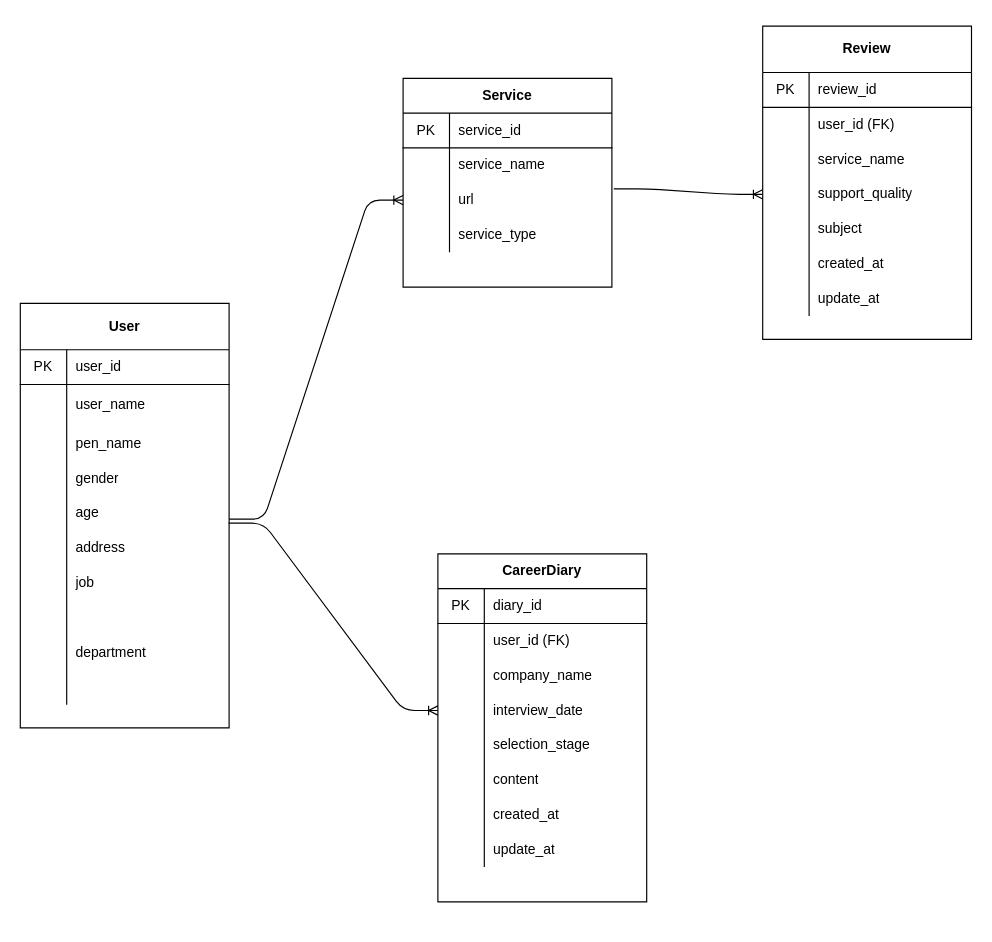
Earlier version of the draw.io diagram venv_private_diary/private_diary/設計図/ER.drawio (kotaro-777/CARICOMI). Source tidied: cells renumbered, new cells numbered last; positions are measured from the earlier drawing's top-left corner, leaving out a move shared by most shapes. Both pictures are drawn from the tidied source at 116%, with x=0, y=0 at pixel (20, 26).
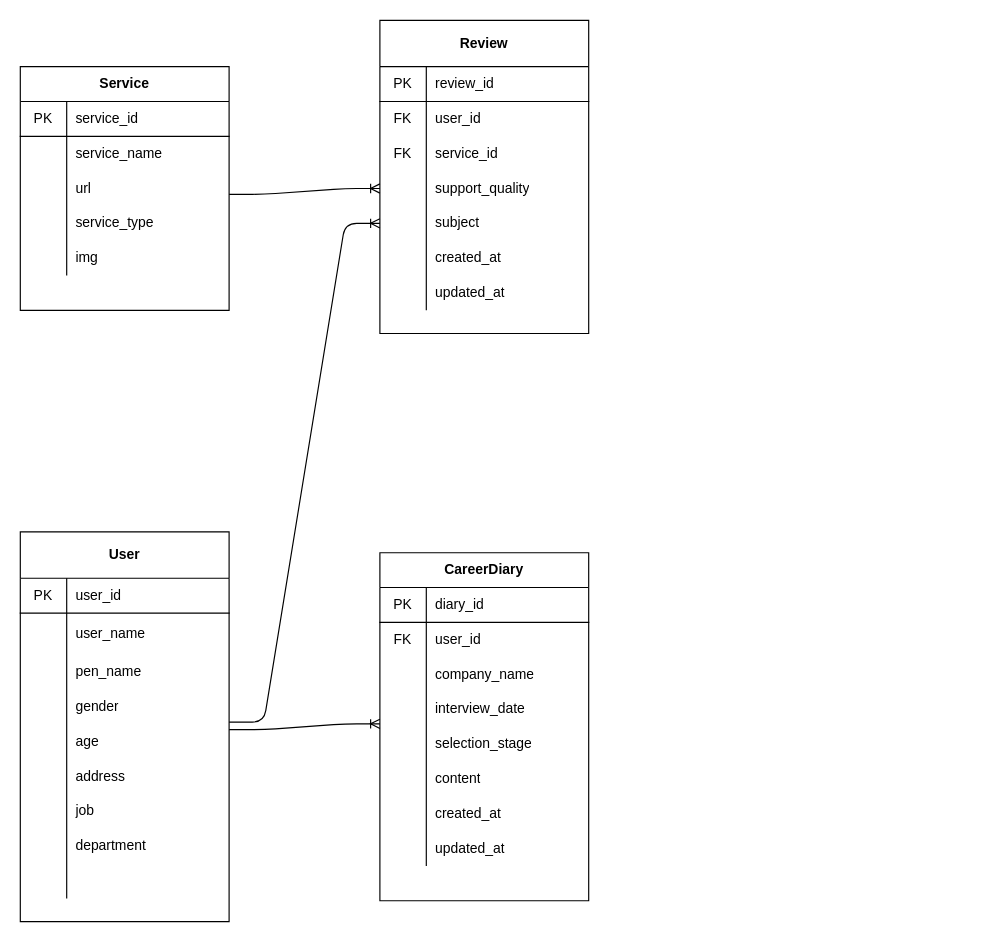
Above is the later version.

Unchanged cells that the change refers to:
```xml
<mxCell id="9" style="shape=partialRectangle;html=1;whiteSpace=wrap;fillColor=none;top=0;left=0;bottom=0;right=0;points=[[0,0.5],[1,0.5]];portConstraint=eastwest;" parent="2" vertex="1">
  <mxGeometry y="90" width="180" height="30" as="geometry" />
</mxCell>
<mxCell id="19" style="shape=partialRectangle;html=1;whiteSpace=wrap;fillColor=none;top=0;left=0;bottom=0;right=0;" parent="15" vertex="1">
  <mxGeometry y="70" width="180" height="30" as="geometry" />
</mxCell>
<mxCell id="22" style="shape=partialRectangle;html=1;whiteSpace=wrap;fillColor=none;top=0;left=0;bottom=0;right=0;" parent="15" vertex="1">
  <mxGeometry y="100" width="180" height="30" as="geometry" />
</mxCell>
<mxCell id="25" style="shape=partialRectangle;html=1;whiteSpace=wrap;fillColor=none;top=0;left=0;bottom=0;right=0;points=[[0,0.5],[1,0.5]];portConstraint=eastwest;" parent="15" vertex="1">
  <mxGeometry y="130" width="180" height="30" as="geometry" />
</mxCell>
<mxCell id="28" style="shape=partialRectangle;html=1;whiteSpace=wrap;fillColor=none;top=0;left=0;bottom=0;right=0;points=[[0,0.5],[1,0.5]];portConstraint=eastwest;" parent="15" vertex="1">
  <mxGeometry y="160" width="180" height="30" as="geometry" />
</mxCell>
<mxCell id="34" style="shape=partialRectangle;html=1;whiteSpace=wrap;fillColor=none;top=0;left=0;bottom=0;right=0;" parent="15" vertex="1">
  <mxGeometry y="220" width="180" height="30" as="geometry" />
</mxCell>
<mxCell id="41" style="shape=partialRectangle;html=1;whiteSpace=wrap;fillColor=none;top=0;left=0;bottom=0;right=0;" parent="37" vertex="1">
  <mxGeometry y="60" width="180" height="30" as="geometry" />
</mxCell>
<mxCell id="47" style="shape=partialRectangle;html=1;whiteSpace=wrap;fillColor=none;top=0;left=0;bottom=0;right=0;points=[[0,0.5],[1,0.5]];portConstraint=eastwest;" parent="37" vertex="1">
  <mxGeometry y="120" width="180" height="30" as="geometry" />
</mxCell>
<mxCell id="59" style="shape=partialRectangle;html=1;whiteSpace=wrap;fillColor=none;top=0;left=0;bottom=0;right=0;" parent="37" vertex="1">
  <mxGeometry y="240" width="180" height="30" as="geometry" />
</mxCell>
<mxCell id="75" style="shape=partialRectangle;html=1;whiteSpace=wrap;fillColor=none;top=0;left=0;bottom=0;right=0;points=[[0,0.5],[1,0.5]];portConstraint=eastwest;" parent="62" vertex="1">
  <mxGeometry y="166" width="180" height="30" as="geometry" />
</mxCell>
```

Change to the diagram source:
```diff
@@
     <mxCell id="2" value="Service" style="shape=table;html=1;whiteSpace=wrap;startSize=30;childLayout=tableLayout;rowLines=0;fontStyle=1;align=center;" parent="1" vertex="1">
-      <mxGeometry x="330" y="45" width="180" height="180" as="geometry" />
+      <mxGeometry y="35" width="180" height="210" as="geometry" />
     </mxCell>
@@
+    <mxCell id="96" style="shape=partialRectangle;html=1;whiteSpace=wrap;fillColor=none;top=0;left=0;bottom=0;right=0;" parent="2" vertex="1">
+      <mxGeometry y="150" width="180" height="30" as="geometry" />
+    </mxCell>
+    <mxCell id="85" style="shape=partialRectangle;html=1;whiteSpace=wrap;fillColor=none;top=0;left=0;bottom=0;right=0;overflow=hidden;" parent="96" vertex="1">
+      <mxGeometry width="40" height="30" as="geometry" />
+    </mxCell>
+    <mxCell id="97" value="img" style="shape=partialRectangle;html=1;whiteSpace=wrap;fillColor=none;top=0;left=0;bottom=0;right=0;align=left;spacingLeft=6;overflow=hidden;" parent="96" vertex="1">
+      <mxGeometry x="40" width="140" height="30" as="geometry" />
+    </mxCell>
     <mxCell id="15" value="Review" style="shape=table;html=1;whiteSpace=wrap;startSize=40;childLayout=tableLayout;rowLines=0;fontStyle=1;align=center;" parent="1" vertex="1">
-      <mxGeometry x="640" width="180" height="270" as="geometry" />
+      <mxGeometry x="310" y="-5" width="180" height="270" as="geometry" />
     </mxCell>
@@
-    <mxCell id="20" style="shape=partialRectangle;html=1;whiteSpace=wrap;fillColor=none;top=0;left=0;bottom=0;right=0;overflow=hidden;" parent="19" vertex="1">
+    <mxCell id="20" value="FK" style="shape=partialRectangle;html=1;whiteSpace=wrap;fillColor=none;top=0;left=0;bottom=0;right=0;overflow=hidden;" parent="19" vertex="1">
       <mxGeometry width="40" height="30" as="geometry" />
     </mxCell>
-    <mxCell id="21" value="user_id (FK)" style="shape=partialRectangle;html=1;whiteSpace=wrap;fillColor=none;top=0;left=0;bottom=0;right=0;align=left;spacingLeft=6;overflow=hidden;" parent="19" vertex="1">
+    <mxCell id="21" value="user_id&amp;nbsp;" style="shape=partialRectangle;html=1;whiteSpace=wrap;fillColor=none;top=0;left=0;bottom=0;right=0;align=left;spacingLeft=6;overflow=hidden;" parent="19" vertex="1">
       <mxGeometry x="40" width="140" height="30" as="geometry" />
     </mxCell>
@@
-    <mxCell id="23" style="shape=partialRectangle;html=1;whiteSpace=wrap;fillColor=none;top=0;left=0;bottom=0;right=0;overflow=hidden;" parent="22" vertex="1">
+    <mxCell id="23" value="FK" style="shape=partialRectangle;html=1;whiteSpace=wrap;fillColor=none;top=0;left=0;bottom=0;right=0;overflow=hidden;" parent="22" vertex="1">
       <mxGeometry width="40" height="30" as="geometry" />
     </mxCell>
-    <mxCell id="24" value="service_name" style="shape=partialRectangle;html=1;whiteSpace=wrap;fillColor=none;top=0;left=0;bottom=0;right=0;align=left;spacingLeft=6;overflow=hidden;" parent="22" vertex="1">
+    <mxCell id="24" value="service_id" style="shape=partialRectangle;html=1;whiteSpace=wrap;fillColor=none;top=0;left=0;bottom=0;right=0;align=left;spacingLeft=6;overflow=hidden;" parent="22" vertex="1">
       <mxGeometry x="40" width="140" height="30" as="geometry" />
     </mxCell>
@@
-    <mxCell id="36" value="update_at" style="shape=partialRectangle;html=1;whiteSpace=wrap;fillColor=none;top=0;left=0;bottom=0;right=0;align=left;spacingLeft=6;overflow=hidden;" parent="34" vertex="1">
+    <mxCell id="36" value="updated_at" style="shape=partialRectangle;html=1;whiteSpace=wrap;fillColor=none;top=0;left=0;bottom=0;right=0;align=left;spacingLeft=6;overflow=hidden;" parent="34" vertex="1">
       <mxGeometry x="40" width="140" height="30" as="geometry" />
     </mxCell>
     <mxCell id="37" value="CareerDiary" style="shape=table;html=1;whiteSpace=wrap;startSize=30;childLayout=tableLayout;rowLines=0;fontStyle=1;align=center;" parent="1" vertex="1">
-      <mxGeometry x="360" y="455" width="180" height="300" as="geometry" />
+      <mxGeometry x="310" y="454" width="180" height="300" as="geometry" />
     </mxCell>
@@
-    <mxCell id="42" style="shape=partialRectangle;html=1;whiteSpace=wrap;fillColor=none;top=0;left=0;bottom=0;right=0;overflow=hidden;" parent="41" vertex="1">
+    <mxCell id="42" value="FK" style="shape=partialRectangle;html=1;whiteSpace=wrap;fillColor=none;top=0;left=0;bottom=0;right=0;overflow=hidden;" parent="41" vertex="1">
       <mxGeometry width="40" height="30" as="geometry" />
     </mxCell>
-    <mxCell id="43" value="user_id (FK)" style="shape=partialRectangle;html=1;whiteSpace=wrap;fillColor=none;top=0;left=0;bottom=0;right=0;align=left;spacingLeft=6;overflow=hidden;" parent="41" vertex="1">
+    <mxCell id="43" value="user_id&amp;nbsp;" style="shape=partialRectangle;html=1;whiteSpace=wrap;fillColor=none;top=0;left=0;bottom=0;right=0;align=left;spacingLeft=6;overflow=hidden;" parent="41" vertex="1">
       <mxGeometry x="40" width="140" height="30" as="geometry" />
     </mxCell>
@@
-    <mxCell id="61" value="update_at" style="shape=partialRectangle;html=1;whiteSpace=wrap;fillColor=none;top=0;left=0;bottom=0;right=0;align=left;spacingLeft=6;overflow=hidden;" parent="59" vertex="1">
+    <mxCell id="61" value="updated_at" style="shape=partialRectangle;html=1;whiteSpace=wrap;fillColor=none;top=0;left=0;bottom=0;right=0;align=left;spacingLeft=6;overflow=hidden;" parent="59" vertex="1">
       <mxGeometry x="40" width="140" height="30" as="geometry" />
     </mxCell>
     <mxCell id="62" value="User" style="shape=table;html=1;whiteSpace=wrap;startSize=40;childLayout=tableLayout;rowLines=0;fontStyle=1;align=center;" parent="1" vertex="1">
-      <mxGeometry y="239" width="180" height="366" as="geometry" />
+      <mxGeometry y="436" width="180" height="336" as="geometry" />
     </mxCell>
@@
-    <mxCell id="84" style="shape=partialRectangle;html=1;whiteSpace=wrap;fillColor=none;top=0;left=0;bottom=0;right=0;" parent="62" vertex="1">
-      <mxGeometry y="256" width="180" height="30" as="geometry" />
-    </mxCell>
-    <mxCell id="85" style="shape=partialRectangle;html=1;whiteSpace=wrap;fillColor=none;top=0;left=0;bottom=0;right=0;overflow=hidden;" parent="84" vertex="1">
-      <mxGeometry width="40" height="30" as="geometry" />
-    </mxCell>
-    <mxCell id="86" style="shape=partialRectangle;html=1;whiteSpace=wrap;fillColor=none;top=0;left=0;bottom=0;right=0;align=left;spacingLeft=6;overflow=hidden;" parent="84" vertex="1">
-      <mxGeometry x="40" width="140" height="30" as="geometry" />
-    </mxCell>
     <mxCell id="87" style="shape=partialRectangle;html=1;whiteSpace=wrap;fillColor=none;top=0;left=0;bottom=0;right=0;" parent="62" vertex="1">
-      <mxGeometry y="286" width="180" height="30" as="geometry" />
+      <mxGeometry y="256" width="180" height="30" as="geometry" />
     </mxCell>
@@
     <mxCell id="90" style="shape=partialRectangle;html=1;whiteSpace=wrap;fillColor=none;top=0;left=0;bottom=0;right=0;" parent="62" vertex="1">
-      <mxGeometry y="316" width="180" height="30" as="geometry" />
+      <mxGeometry y="286" width="180" height="30" as="geometry" />
     </mxCell>
@@
-    <mxCell id="93" style="edgeStyle=entityRelationEdgeStyle;fontSize=12;html=1;endArrow=ERoneToMany;exitX=0.998;exitY=0.784;exitDx=0;exitDy=0;exitPerimeter=0;entryX=0;entryY=0.5;entryDx=0;entryDy=0;" parent="1" edge="1" source="75" target="47">
-      <mxGeometry relative="1" as="geometry" />
-    </mxCell>
-    <mxCell id="94" style="edgeStyle=entityRelationEdgeStyle;fontSize=12;html=1;endArrow=ERoneToMany;entryX=0;entryY=0.5;entryDx=0;entryDy=0;" parent="1" edge="1" target="9">
-      <mxGeometry relative="1" as="geometry">
-        <mxPoint x="180" y="425" as="sourcePoint" />
-      </mxGeometry>
-    </mxCell>
-    <mxCell id="95" style="edgeStyle=entityRelationEdgeStyle;fontSize=12;html=1;endArrow=ERoneToMany;entryX=0;entryY=0.5;entryDx=0;entryDy=0;exitX=1.009;exitY=0.178;exitDx=0;exitDy=0;exitPerimeter=0;" parent="1" edge="1" source="9" target="25">
-      <mxGeometry relative="1" as="geometry" />
-    </mxCell>
+    <mxCell id="98" style="edgeStyle=entityRelationEdgeStyle;fontSize=12;html=1;endArrow=ERoneToMany;entryX=0;entryY=0.5;entryDx=0;entryDy=0;" parent="1" edge="1" target="25">
+      <mxGeometry relative="1" as="geometry">
+        <mxPoint x="180" y="145" as="sourcePoint" />
+      </mxGeometry>
+    </mxCell>
+    <mxCell id="99" style="edgeStyle=entityRelationEdgeStyle;fontSize=12;html=1;endArrow=ERoneToMany;entryX=0;entryY=0.5;entryDx=0;entryDy=0;" parent="1" edge="1">
+      <mxGeometry relative="1" as="geometry">
+        <mxPoint x="180" y="606.5" as="sourcePoint" />
+        <mxPoint x="310" y="601.5" as="targetPoint" />
+      </mxGeometry>
+    </mxCell>
+    <mxCell id="100" style="edgeStyle=entityRelationEdgeStyle;fontSize=12;html=1;endArrow=ERoneToMany;entryX=0;entryY=0.5;entryDx=0;entryDy=0;" parent="1" edge="1" target="28">
+      <mxGeometry relative="1" as="geometry">
+        <mxPoint x="180" y="600" as="sourcePoint" />
+      </mxGeometry>
+    </mxCell>
```
